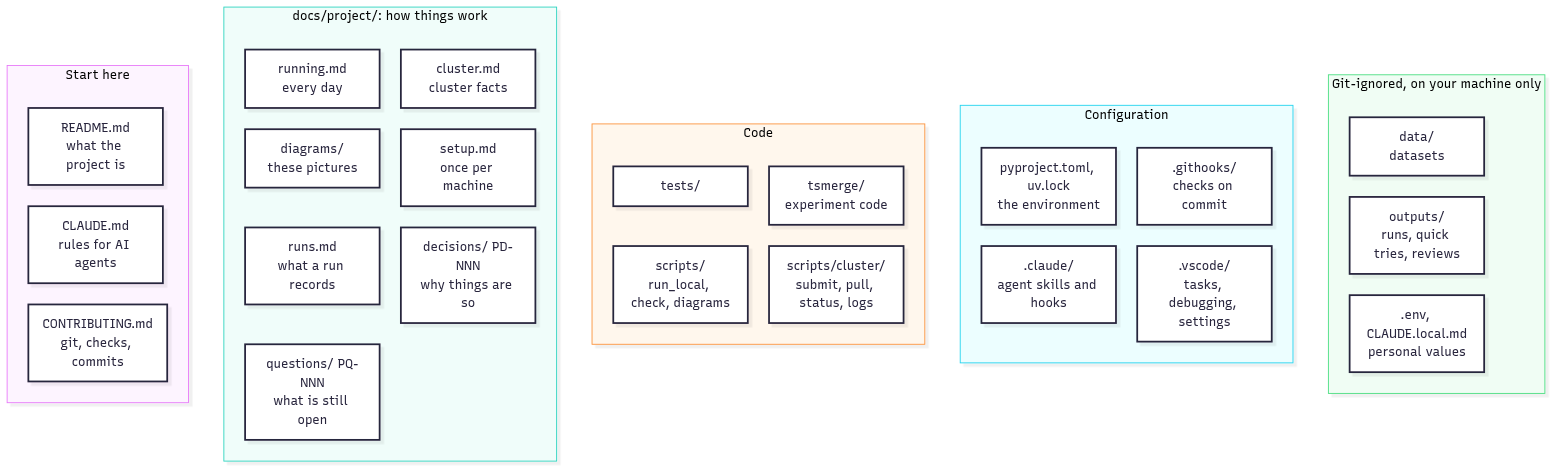
daliran/tsmerge keeps this Mermaid diagram as docs/project/diagrams/repository-map.png. Above is the earlier version. Its source is kept beside it as docs/project/diagrams/repository-map.mmd.
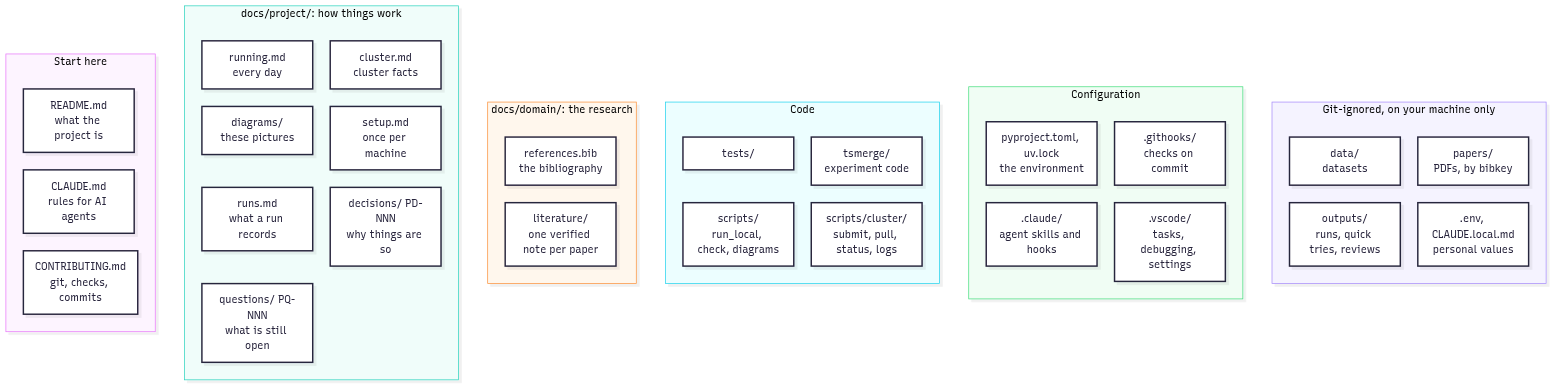
After the change.

Commit message:
docs(domain): add the bibliography and literature rules

Change to the diagram source:
```diff
@@ -15,6 +15,12 @@
     decisions["decisions/ PD-NNN<br/>why things are so"]
     questions["questions/ PQ-NNN<br/>what is still open"]
     diagrams["diagrams/<br/>these pictures"]
+  end
+
+  subgraph domain["docs/domain/: the research"]
+    direction TB
+    bib["references.bib<br/>the bibliography"]
+    literature["literature/<br/>one verified note per paper"]
   end
 
   subgraph code["Code"]
@@ -37,10 +43,12 @@
     direction TB
     outputs["outputs/<br/>runs, quick tries, reviews"]
     data["data/<br/>datasets"]
+    papers["papers/<br/>PDFs, by bibkey"]
     env[".env, CLAUDE.local.md<br/>personal values"]
   end
 
   start ~~~ docs
-  docs ~~~ code
+  docs ~~~ domain
+  domain ~~~ code
   code ~~~ tooling
   tooling ~~~ local
```
